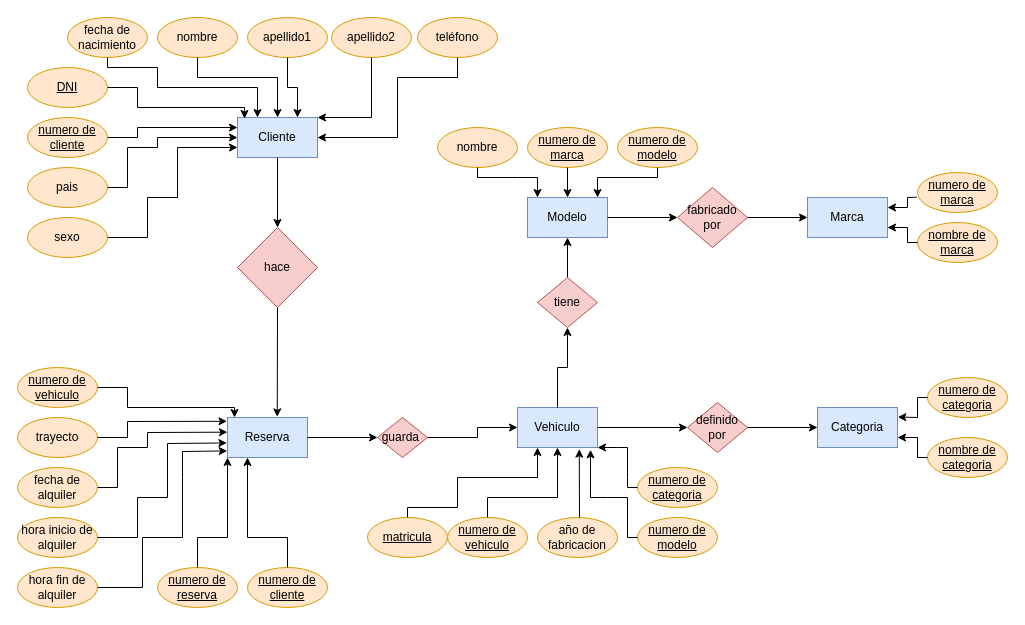
Above: Diagrama BBDD.drawio in PedroCorroDev/aprendiendo-react (draw.io), before the change. Source tidied: cells renumbered, new cells numbered last; positions are measured from the earlier drawing's top-left corner, leaving out a move shared by most shapes. Both pictures are drawn from the tidied source at 100%, with x=0, y=0 at pixel (17, 17).
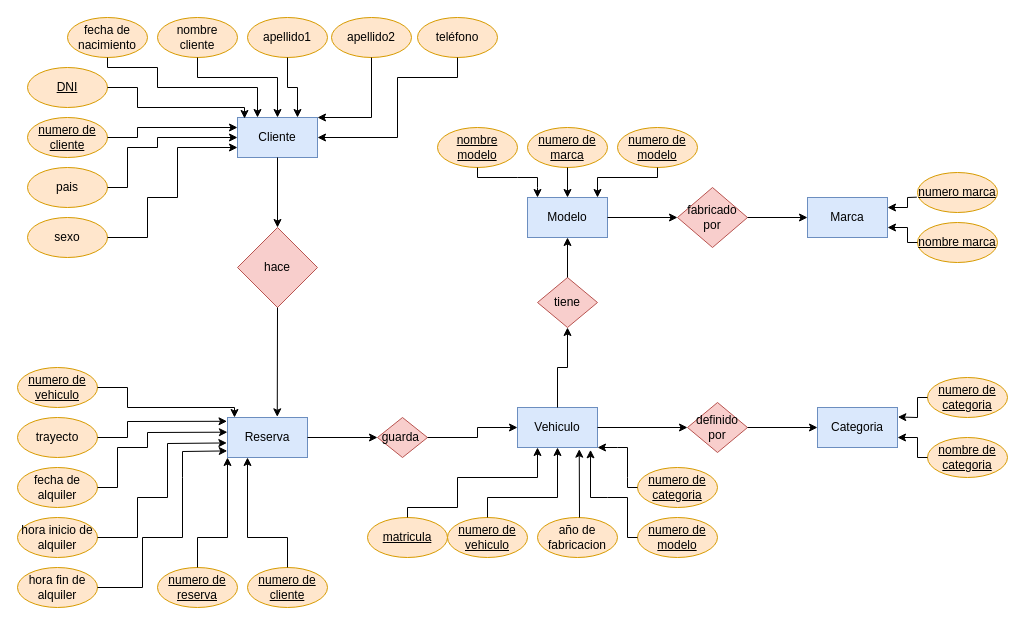
The same page after the edit.

The edit, as a diff of the source:
```diff
@@
-    <mxCell id="4" value="nombre" style="ellipse;whiteSpace=wrap;html=1;fillColor=#ffe6cc;strokeColor=#d79b00;" parent="1" vertex="1">
+    <mxCell id="4" value="nombre cliente" style="ellipse;whiteSpace=wrap;html=1;fillColor=#ffe6cc;strokeColor=#d79b00;" parent="1" vertex="1">
       <mxGeometry x="140" width="80" height="40" as="geometry" />
     </mxCell>
@@
-    <mxCell id="47" value="nombre" style="ellipse;whiteSpace=wrap;html=1;fillColor=#ffe6cc;strokeColor=#d79b00;" parent="1" vertex="1">
+    <mxCell id="47" value="&lt;u&gt;nombre modelo&lt;/u&gt;" style="ellipse;whiteSpace=wrap;html=1;fillColor=#ffe6cc;strokeColor=#d79b00;" parent="1" vertex="1">
       <mxGeometry x="420" y="110" width="80" height="40" as="geometry" />
     </mxCell>
@@
-    <mxCell id="49" value="&lt;u&gt;numero de marca&lt;/u&gt;" style="ellipse;whiteSpace=wrap;html=1;fillColor=#ffe6cc;strokeColor=#d79b00;" parent="1" vertex="1">
+    <mxCell id="49" value="&lt;u&gt;numero marca&lt;/u&gt;" style="ellipse;whiteSpace=wrap;html=1;fillColor=#ffe6cc;strokeColor=#d79b00;" parent="1" vertex="1">
       <mxGeometry x="900" y="155" width="80" height="40" as="geometry" />
     </mxCell>
-    <mxCell id="50" value="&lt;u&gt;nombre de marca&lt;/u&gt;" style="ellipse;whiteSpace=wrap;html=1;fillColor=#ffe6cc;strokeColor=#d79b00;" parent="1" vertex="1">
+    <mxCell id="50" value="&lt;u&gt;nombre marca&lt;/u&gt;" style="ellipse;whiteSpace=wrap;html=1;fillColor=#ffe6cc;strokeColor=#d79b00;" parent="1" vertex="1">
       <mxGeometry x="900" y="205" width="80" height="40" as="geometry" />
     </mxCell>
```
